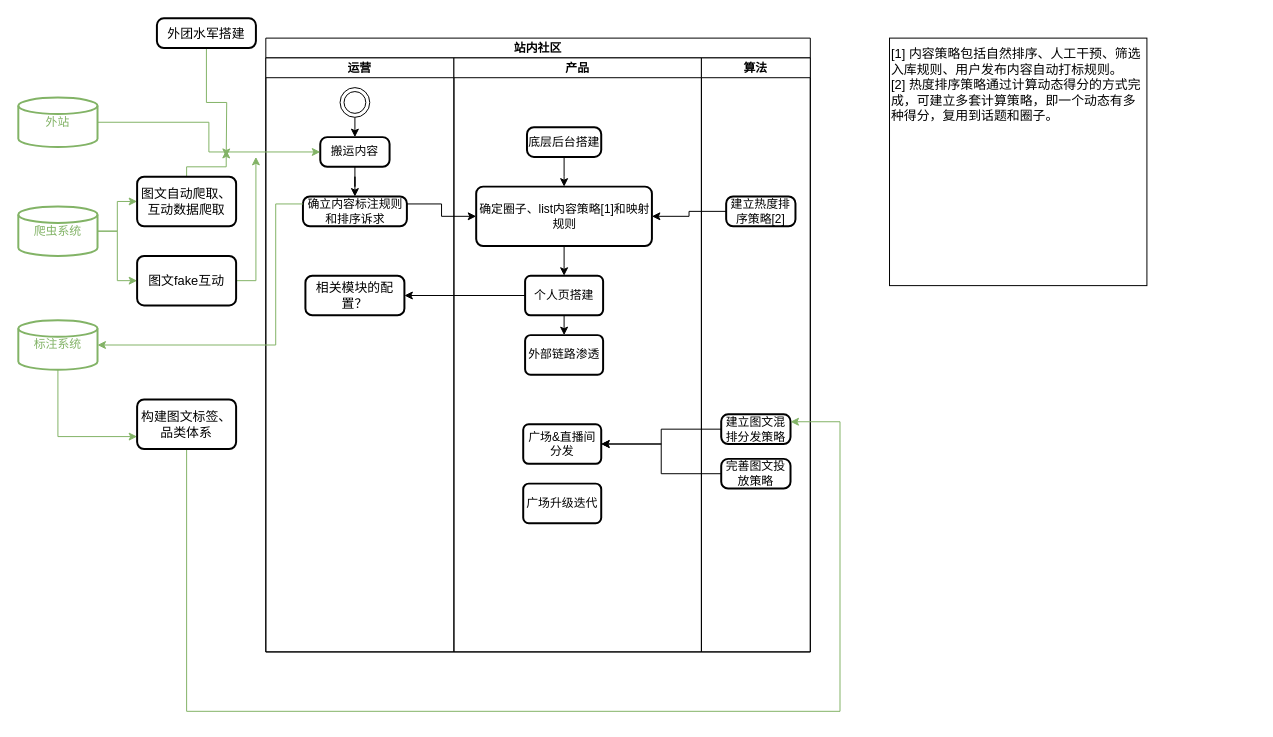
The draw.io diagram huya_community_workflow.drawio in GraceYongqi/huya_design, before the edit. Source tidied: cells renumbered, new cells numbered last; positions are measured from the earlier drawing's top-left corner, leaving out a move shared by most shapes. Both pictures are drawn from the tidied source at 99%, with x=0, y=0 at pixel (18, 18).
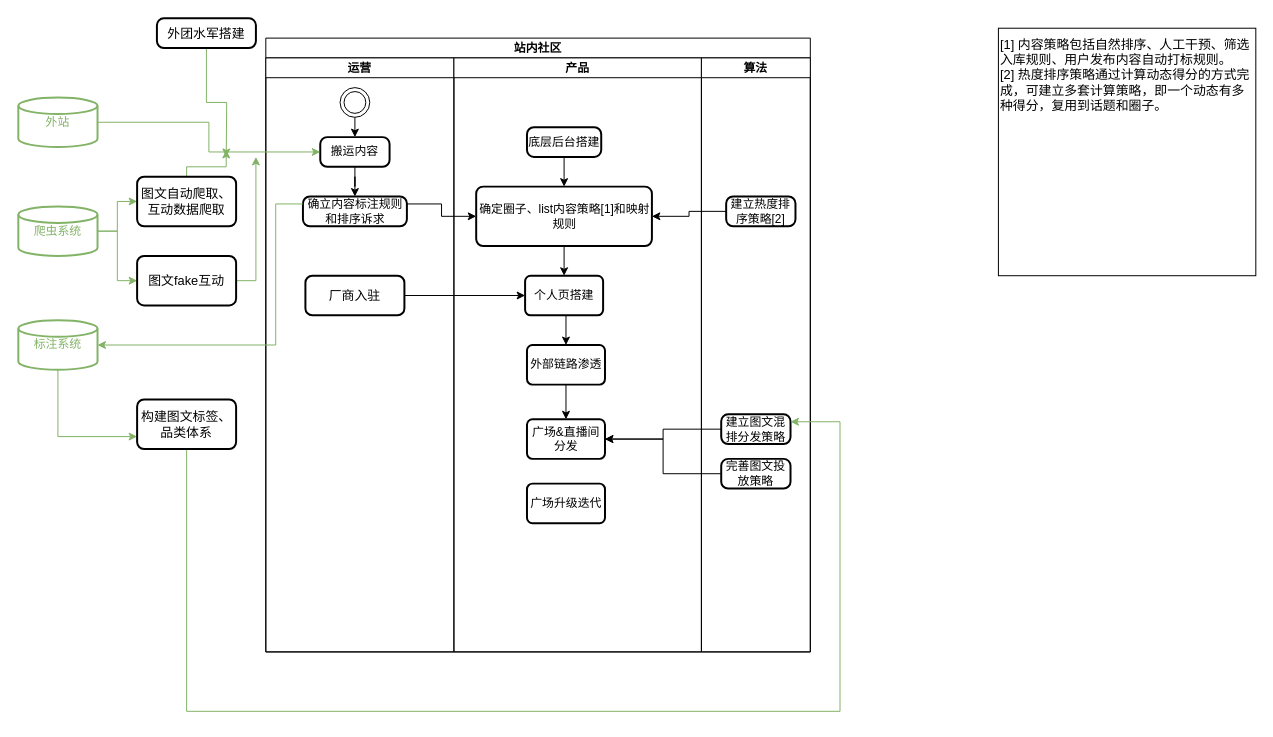
The same diagram, later.

Unchanged cells that the change refers to:
```xml
<mxCell id="2" value="站内社区" style="swimlane;startSize=20;" parent="1" vertex="1">
  <mxGeometry x="250" y="20" width="550" height="620" as="geometry" />
</mxCell>
<mxCell id="3" value="运营" style="swimlane;startSize=20;" parent="2" vertex="1">
  <mxGeometry y="20" width="190" height="600" as="geometry" />
</mxCell>
<mxCell id="10" value="产品" style="swimlane;startSize=20;" parent="2" vertex="1">
  <mxGeometry x="190" y="20" width="250" height="600" as="geometry" />
</mxCell>
<mxCell id="16" value="个人页搭建" style="whiteSpace=wrap;html=1;rounded=1;arcSize=14;strokeWidth=2;" parent="10" vertex="1">
  <mxGeometry x="71.9" y="220" width="78.8" height="40" as="geometry" />
</mxCell>
```

What changed in the source:
```diff
@@
-    <mxCell id="9" value="相关模块的配置？" style="rounded=1;whiteSpace=wrap;html=1;absoluteArcSize=1;arcSize=14;strokeWidth=2;fontSize=13;" parent="3" vertex="1">
+    <mxCell id="9" value="厂商入驻" style="rounded=1;whiteSpace=wrap;html=1;absoluteArcSize=1;arcSize=14;strokeWidth=2;fontSize=13;" parent="3" vertex="1">
       <mxGeometry x="40" y="220" width="100" height="40" as="geometry" />
     </mxCell>
@@
     <mxCell id="17" value="广场&amp;amp;直播间分发" style="whiteSpace=wrap;html=1;rounded=1;arcSize=14;strokeWidth=2;" parent="10" vertex="1">
-      <mxGeometry x="70" y="370" width="78.8" height="40" as="geometry" />
+      <mxGeometry x="73.8" y="365" width="78.8" height="40" as="geometry" />
     </mxCell>
     <mxCell id="18" value="广场升级迭代" style="whiteSpace=wrap;html=1;rounded=1;arcSize=14;strokeWidth=2;" parent="10" vertex="1">
-      <mxGeometry x="70" y="430" width="78.8" height="40" as="geometry" />
+      <mxGeometry x="73.8" y="430" width="78.8" height="40" as="geometry" />
     </mxCell>
+    <mxCell id="46" style="edgeStyle=orthogonalEdgeStyle;rounded=0;jettySize=auto;html=1;exitX=0.5;exitY=1;exitDx=0;exitDy=0;entryX=0.5;entryY=0;entryDx=0;entryDy=0;fontSize=13;fontColor=#FF3333;strokeColor=#000000;" parent="10" edge="1" source="19" target="17">
+      <mxGeometry relative="1" as="geometry" />
+    </mxCell>
     <mxCell id="19" value="外部链路渗透" style="whiteSpace=wrap;html=1;rounded=1;arcSize=14;strokeWidth=2;" parent="10" vertex="1">
-      <mxGeometry x="71.9" y="280" width="78.8" height="40" as="geometry" />
+      <mxGeometry x="73.8" y="290" width="78.8" height="40" as="geometry" />
     </mxCell>
@@
-    <mxCell id="28" style="edgeStyle=orthogonalEdgeStyle;rounded=0;jettySize=auto;html=1;exitX=0;exitY=0.5;exitDx=0;exitDy=0;fontSize=13;strokeColor=#000000;" parent="2" edge="1" source="16" target="9">
-      <mxGeometry relative="1" as="geometry" />
-    </mxCell>
+    <mxCell id="47" style="edgeStyle=orthogonalEdgeStyle;rounded=0;jettySize=auto;html=1;exitX=1;exitY=0.5;exitDx=0;exitDy=0;entryX=0;entryY=0.5;entryDx=0;entryDy=0;fontSize=13;fontColor=#FF3333;strokeColor=#000000;" parent="2" edge="1" source="9" target="16">
+      <mxGeometry relative="1" as="geometry" />
+    </mxCell>
@@
     <mxCell id="31" value="&lt;span style=&quot;font-size: 13px;&quot;&gt;[1] 内容策略包括自然排序、人工干预、筛选入库规则、用户发布内容自动打标规则。&lt;br style=&quot;font-size: 13px;&quot;&gt;[2] 热度排序策略通过计算动态得分的方式完成，可建立多套计算策略，即一个动态有多种得分，复用到话题和圈子。&lt;br style=&quot;font-size: 13px;&quot;&gt;&lt;/span&gt;" style="rounded=0;whiteSpace=wrap;html=1;align=left;verticalAlign=top;fontSize=13;spacingTop=2;spacing=2;" parent="1" vertex="1">
-      <mxGeometry x="880" y="20" width="260" height="250" as="geometry" />
+      <mxGeometry x="990" y="10" width="260" height="250" as="geometry" />
     </mxCell>
```
